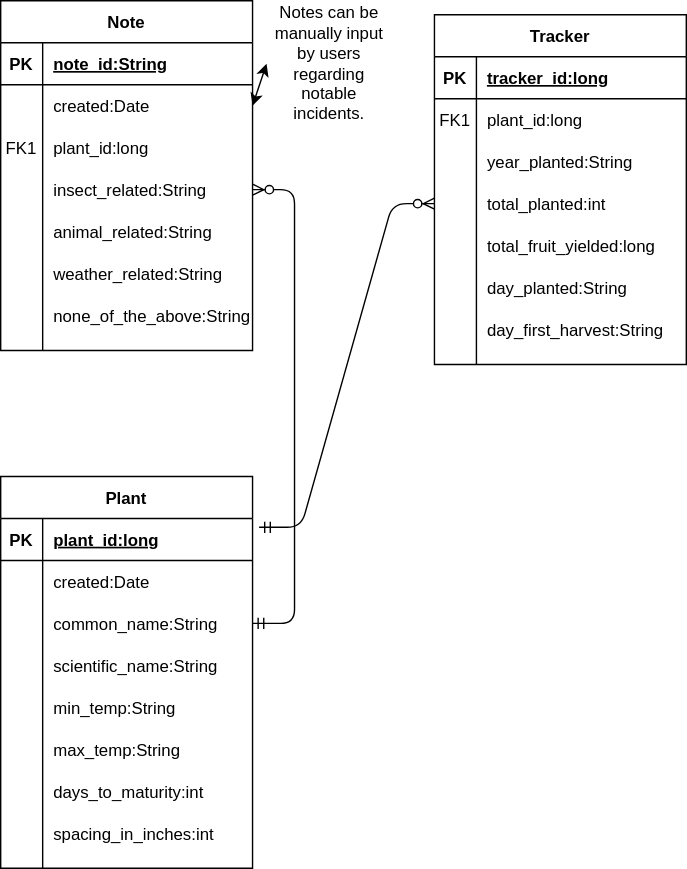
This is docs/img/erd.svg from ddc-java-12/personal-android-project-HDawson-coder, a draw.io export, as it was before one commit. Source tidied: cells renumbered, new cells last; positions are measured from the earlier drawing's top-left corner, leaving out a move shared by most shapes.
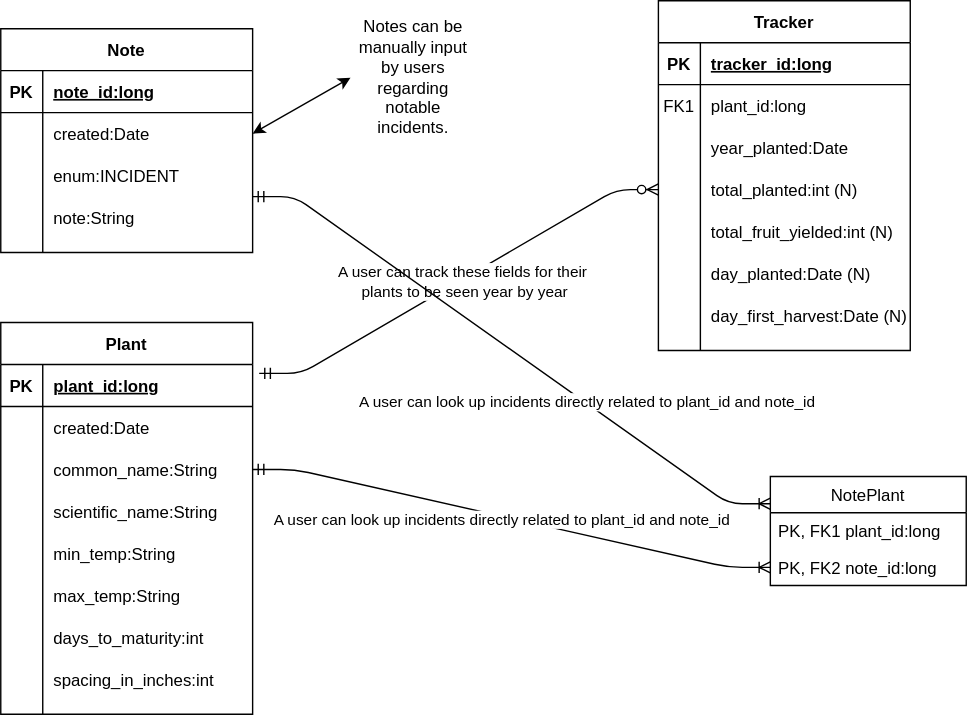
The same diagram one commit later.

Commit message:
Updated wireframe and ERD

Change to the diagram source:
```diff
@@ -3,7 +3,7 @@
     <mxCell id="0" />
     <mxCell id="1" parent="0" />
     <mxCell id="2" value="Plant" style="shape=table;startSize=30;rowLines=0;fontStyle=1;align=center;" parent="1" vertex="1">
-      <mxGeometry y="340" width="180" height="280" as="geometry" />
+      <mxGeometry y="240" width="180" height="280" as="geometry" />
     </mxCell>
     <mxCell id="3" style="shape=partialRectangle;fillColor=none;top=0;left=0;bottom=1;right=0;points=[[0,0.5],[1,0.5]];portConstraint=eastwest;" parent="2" vertex="1">
       <mxGeometry y="30" width="180" height="30" as="geometry" />
@@ -78,7 +78,7 @@
       <mxGeometry x="30" width="150" height="30" as="geometry" />
     </mxCell>
     <mxCell id="27" value="Tracker" style="shape=table;startSize=30;rowLines=0;fontStyle=1;align=center;" parent="1" vertex="1">
-      <mxGeometry x="310" y="10" width="180" height="250" as="geometry" />
+      <mxGeometry x="470" y="10" width="180" height="250" as="geometry" />
     </mxCell>
     <mxCell id="28" style="shape=partialRectangle;fillColor=none;top=0;left=0;bottom=1;right=0;" parent="27" vertex="1">
       <mxGeometry y="30" width="180" height="30" as="geometry" />
@@ -104,7 +104,7 @@
     <mxCell id="35" style="shape=partialRectangle;fillColor=none;top=0;left=0;bottom=0;right=0;overflow=hidden;" parent="34" vertex="1">
       <mxGeometry width="30" height="30" as="geometry" />
     </mxCell>
-    <mxCell id="36" value="year_planted:String" style="shape=partialRectangle;fillColor=none;top=0;left=0;bottom=0;right=0;align=left;spacingLeft=6;overflow=hidden;" parent="34" vertex="1">
+    <mxCell id="36" value="year_planted:Date " style="shape=partialRectangle;fillColor=none;top=0;left=0;bottom=0;right=0;align=left;spacingLeft=6;overflow=hidden;" parent="34" vertex="1">
       <mxGeometry x="30" width="150" height="30" as="geometry" />
     </mxCell>
     <mxCell id="37" style="shape=partialRectangle;fillColor=none;top=0;left=0;bottom=0;right=0;points=[[0,0.5],[1,0.5]];portConstraint=eastwest;" parent="27" vertex="1">
@@ -113,7 +113,7 @@
     <mxCell id="38" style="shape=partialRectangle;fillColor=none;top=0;left=0;bottom=0;right=0;overflow=hidden;" parent="37" vertex="1">
       <mxGeometry width="30" height="30" as="geometry" />
     </mxCell>
-    <mxCell id="39" value="total_planted:int" style="shape=partialRectangle;fillColor=none;top=0;left=0;bottom=0;right=0;align=left;spacingLeft=6;overflow=hidden;" parent="37" vertex="1">
+    <mxCell id="39" value="total_planted:int (N)" style="shape=partialRectangle;fillColor=none;top=0;left=0;bottom=0;right=0;align=left;spacingLeft=6;overflow=hidden;" parent="37" vertex="1">
       <mxGeometry x="30" width="150" height="30" as="geometry" />
     </mxCell>
     <mxCell id="40" style="shape=partialRectangle;fillColor=none;top=0;left=0;bottom=0;right=0;" parent="27" vertex="1">
@@ -122,7 +122,7 @@
     <mxCell id="41" style="shape=partialRectangle;fillColor=none;top=0;left=0;bottom=0;right=0;overflow=hidden;" parent="40" vertex="1">
       <mxGeometry width="30" height="30" as="geometry" />
     </mxCell>
-    <mxCell id="42" value="total_fruit_yielded:long" style="shape=partialRectangle;fillColor=none;top=0;left=0;bottom=0;right=0;align=left;spacingLeft=6;overflow=hidden;" parent="40" vertex="1">
+    <mxCell id="42" value="total_fruit_yielded:int (N)" style="shape=partialRectangle;fillColor=none;top=0;left=0;bottom=0;right=0;align=left;spacingLeft=6;overflow=hidden;" parent="40" vertex="1">
       <mxGeometry x="30" width="150" height="30" as="geometry" />
     </mxCell>
     <mxCell id="43" style="shape=partialRectangle;fillColor=none;top=0;left=0;bottom=0;right=0;" parent="27" vertex="1">
@@ -131,7 +131,7 @@
     <mxCell id="44" style="shape=partialRectangle;fillColor=none;top=0;left=0;bottom=0;right=0;overflow=hidden;" parent="43" vertex="1">
       <mxGeometry width="30" height="30" as="geometry" />
     </mxCell>
-    <mxCell id="45" value="day_planted:String" style="shape=partialRectangle;fillColor=none;top=0;left=0;bottom=0;right=0;align=left;spacingLeft=6;overflow=hidden;" parent="43" vertex="1">
+    <mxCell id="45" value="day_planted:Date (N)" style="shape=partialRectangle;fillColor=none;top=0;left=0;bottom=0;right=0;align=left;spacingLeft=6;overflow=hidden;" parent="43" vertex="1">
       <mxGeometry x="30" width="150" height="30" as="geometry" />
     </mxCell>
     <mxCell id="46" style="shape=partialRectangle;fillColor=none;top=0;left=0;bottom=0;right=0;" parent="27" vertex="1">
@@ -140,11 +140,11 @@
     <mxCell id="47" style="shape=partialRectangle;fillColor=none;top=0;left=0;bottom=0;right=0;overflow=hidden;" parent="46" vertex="1">
       <mxGeometry width="30" height="30" as="geometry" />
     </mxCell>
-    <mxCell id="48" value="day_first_harvest:String" style="shape=partialRectangle;fillColor=none;top=0;left=0;bottom=0;right=0;align=left;spacingLeft=6;overflow=hidden;" parent="46" vertex="1">
+    <mxCell id="48" value="day_first_harvest:Date (N)" style="shape=partialRectangle;fillColor=none;top=0;left=0;bottom=0;right=0;align=left;spacingLeft=6;overflow=hidden;" parent="46" vertex="1">
       <mxGeometry x="30" width="150" height="30" as="geometry" />
     </mxCell>
     <mxCell id="49" value="Note" style="shape=table;startSize=30;rowLines=0;fontStyle=1;align=center;" parent="1" vertex="1">
-      <mxGeometry width="180" height="250" as="geometry" />
+      <mxGeometry y="30" width="180" height="160" as="geometry" />
     </mxCell>
     <mxCell id="50" style="shape=partialRectangle;fillColor=none;top=0;left=0;bottom=1;right=0;" parent="49" vertex="1">
       <mxGeometry y="30" width="180" height="30" as="geometry" />
@@ -152,7 +152,7 @@
     <mxCell id="51" value="PK" style="shape=partialRectangle;fillColor=none;top=0;left=0;bottom=0;right=0;fontStyle=1;overflow=hidden;" parent="50" vertex="1">
       <mxGeometry width="30" height="30" as="geometry" />
     </mxCell>
-    <mxCell id="52" value="note_id:String" style="shape=partialRectangle;fillColor=none;top=0;left=0;bottom=0;right=0;align=left;spacingLeft=6;fontStyle=5;overflow=hidden;" parent="50" vertex="1">
+    <mxCell id="52" value="note_id:long" style="shape=partialRectangle;fillColor=none;top=0;left=0;bottom=0;right=0;align=left;spacingLeft=6;fontStyle=5;overflow=hidden;" parent="50" vertex="1">
       <mxGeometry x="30" width="150" height="30" as="geometry" />
     </mxCell>
     <mxCell id="53" style="shape=partialRectangle;fillColor=none;top=0;left=0;bottom=0;right=0;points=[[0,0.5],[1,0.5]];portConstraint=eastwest;" parent="49" vertex="1">
@@ -167,10 +167,10 @@
     <mxCell id="56" style="shape=partialRectangle;fillColor=none;top=0;left=0;bottom=0;right=0;" parent="49" vertex="1">
       <mxGeometry y="90" width="180" height="30" as="geometry" />
     </mxCell>
-    <mxCell id="57" value="FK1" style="shape=partialRectangle;fillColor=none;top=0;left=0;bottom=0;right=0;overflow=hidden;" parent="56" vertex="1">
+    <mxCell id="57" style="shape=partialRectangle;fillColor=none;top=0;left=0;bottom=0;right=0;overflow=hidden;" parent="56" vertex="1">
       <mxGeometry width="30" height="30" as="geometry" />
     </mxCell>
-    <mxCell id="58" value="plant_id:long" style="shape=partialRectangle;fillColor=none;top=0;left=0;bottom=0;right=0;align=left;spacingLeft=6;overflow=hidden;" parent="56" vertex="1">
+    <mxCell id="58" value="enum:INCIDENT" style="shape=partialRectangle;fillColor=none;top=0;left=0;bottom=0;right=0;align=left;spacingLeft=6;overflow=hidden;" parent="56" vertex="1">
       <mxGeometry x="30" width="150" height="30" as="geometry" />
     </mxCell>
     <mxCell id="59" style="shape=partialRectangle;fillColor=none;top=0;left=0;bottom=0;right=0;points=[[0,0.5],[1,0.5]];portConstraint=eastwest;" parent="49" vertex="1">
@@ -179,47 +179,45 @@
     <mxCell id="60" style="shape=partialRectangle;fillColor=none;top=0;left=0;bottom=0;right=0;overflow=hidden;" parent="59" vertex="1">
       <mxGeometry width="30" height="30" as="geometry" />
     </mxCell>
-    <mxCell id="61" value="insect_related:String" style="shape=partialRectangle;fillColor=none;top=0;left=0;bottom=0;right=0;align=left;spacingLeft=6;overflow=hidden;" parent="59" vertex="1">
+    <mxCell id="61" value="note:String" style="shape=partialRectangle;fillColor=none;top=0;left=0;bottom=0;right=0;align=left;spacingLeft=6;overflow=hidden;" parent="59" vertex="1">
       <mxGeometry x="30" width="150" height="30" as="geometry" />
     </mxCell>
-    <mxCell id="62" style="shape=partialRectangle;fillColor=none;top=0;left=0;bottom=0;right=0;" parent="49" vertex="1">
-      <mxGeometry y="150" width="180" height="30" as="geometry" />
+    <mxCell id="62" style="edgeStyle=entityRelationEdgeStyle;fontSize=12;html=1;endArrow=ERzeroToMany;startArrow=ERmandOne;exitX=1.026;exitY=0.211;exitDx=0;exitDy=0;exitPerimeter=0;entryX=0;entryY=0.5;entryDx=0;entryDy=0;" parent="1" edge="1" source="3" target="37">
+      <mxGeometry relative="1" as="geometry" />
     </mxCell>
-    <mxCell id="63" style="shape=partialRectangle;fillColor=none;top=0;left=0;bottom=0;right=0;overflow=hidden;" parent="62" vertex="1">
-      <mxGeometry width="30" height="30" as="geometry" />
+    <mxCell id="63" value="A user can track these fields for their&lt;br&gt;&amp;nbsp;plants to be seen year by year" style="edgeLabel;html=1;align=center;verticalAlign=middle;" parent="62" vertex="1">
+      <mxGeometry x="0.01" y="-1" relative="1" as="geometry" />
     </mxCell>
-    <mxCell id="64" value="animal_related:String" style="shape=partialRectangle;fillColor=none;top=0;left=0;bottom=0;right=0;align=left;spacingLeft=6;overflow=hidden;" parent="62" vertex="1">
-      <mxGeometry x="30" width="150" height="30" as="geometry" />
+    <mxCell id="64" value="Notes can be manually input by users regarding notable incidents." style="text;html=1;strokeColor=none;fillColor=none;align=center;verticalAlign=middle;whiteSpace=wrap;rounded=0;" parent="1" vertex="1">
+      <mxGeometry x="250" y="30" width="90" height="70" as="geometry" />
     </mxCell>
-    <mxCell id="65" style="shape=partialRectangle;fillColor=none;top=0;left=0;bottom=0;right=0;" parent="49" vertex="1">
-      <mxGeometry y="180" width="180" height="30" as="geometry" />
+    <mxCell id="65" style="endArrow=classic;startArrow=classic;html=1;entryX=0;entryY=0.5;entryDx=0;entryDy=0;exitX=1;exitY=0.5;exitDx=0;exitDy=0;" parent="1" edge="1" source="53" target="64">
+      <mxGeometry relative="1" as="geometry" />
     </mxCell>
-    <mxCell id="66" style="shape=partialRectangle;fillColor=none;top=0;left=0;bottom=0;right=0;overflow=hidden;" parent="65" vertex="1">
-      <mxGeometry width="30" height="30" as="geometry" />
+    <mxCell id="66" value="NotePlant" style="swimlane;fontStyle=0;horizontal=1;startSize=26;fillColor=none;" parent="1" vertex="1">
+      <mxGeometry x="550" y="350" width="140" height="78" as="geometry" />
     </mxCell>
-    <mxCell id="67" value="weather_related:String" style="shape=partialRectangle;fillColor=none;top=0;left=0;bottom=0;right=0;align=left;spacingLeft=6;overflow=hidden;" parent="65" vertex="1">
-      <mxGeometry x="30" width="150" height="30" as="geometry" />
+    <mxCell id="67" value="PK, FK1 plant_id:long" style="text;strokeColor=none;fillColor=none;align=left;verticalAlign=top;spacingLeft=4;spacingRight=4;overflow=hidden;" parent="66" vertex="1">
+      <mxGeometry y="26" width="140" height="26" as="geometry" />
     </mxCell>
-    <mxCell id="68" style="shape=partialRectangle;fillColor=none;top=0;left=0;bottom=0;right=0;points=[[0,0.5],[1,0.5]];portConstraint=eastwest;" parent="49" vertex="1">
-      <mxGeometry y="210" width="180" height="30" as="geometry" />
+    <mxCell id="68" value="PK, FK2 note_id:long" style="text;strokeColor=none;fillColor=none;align=left;verticalAlign=top;spacingLeft=4;spacingRight=4;overflow=hidden;points=[[0,0.5],[1,0.5]];portConstraint=eastwest;" parent="66" vertex="1">
+      <mxGeometry y="52" width="140" height="26" as="geometry" />
     </mxCell>
-    <mxCell id="69" style="shape=partialRectangle;fillColor=none;top=0;left=0;bottom=0;right=0;overflow=hidden;" parent="68" vertex="1">
-      <mxGeometry width="30" height="30" as="geometry" />
+    <mxCell id="69" style="edgeStyle=entityRelationEdgeStyle;fontSize=12;html=1;endArrow=ERoneToMany;startArrow=ERmandOne;exitX=1;exitY=0.5;exitDx=0;exitDy=0;entryX=0;entryY=0.5;entryDx=0;entryDy=0;" parent="1" edge="1" source="9" target="68">
+      <mxGeometry relative="1" as="geometry" />
     </mxCell>
-    <mxCell id="70" value="none_of_the_above:String" style="shape=partialRectangle;fillColor=none;top=0;left=0;bottom=0;right=0;align=left;spacingLeft=6;overflow=hidden;" parent="68" vertex="1">
-      <mxGeometry x="30" width="150" height="30" as="geometry" />
+    <mxCell id="70" value="A user can look up incidents directly related to plant_id and note_id" style="edgeLabel;html=1;align=center;verticalAlign=middle;" parent="69" vertex="1">
+      <mxGeometry x="-0.03" y="-2" relative="1" as="geometry" />
     </mxCell>
-    <mxCell id="71" style="edgeStyle=entityRelationEdgeStyle;fontSize=12;html=1;endArrow=ERzeroToMany;startArrow=ERmandOne;exitX=1.026;exitY=0.211;exitDx=0;exitDy=0;exitPerimeter=0;entryX=0;entryY=0.5;entryDx=0;entryDy=0;" parent="1" edge="1" source="3" target="37">
-      <mxGeometry relative="1" as="geometry" />
+    <mxCell id="71" style="edgeStyle=entityRelationEdgeStyle;fontSize=12;html=1;endArrow=ERoneToMany;startArrow=ERmandOne;exitX=1;exitY=0.5;exitDx=0;exitDy=0;entryX=0;entryY=0.25;entryDx=0;entryDy=0;" parent="1" edge="1" target="66">
+      <mxGeometry relative="1" as="geometry">
+        <mxPoint x="180" y="150" as="sourcePoint" />
+      </mxGeometry>
     </mxCell>
-    <mxCell id="72" style="edgeStyle=entityRelationEdgeStyle;fontSize=12;html=1;endArrow=ERzeroToMany;startArrow=ERmandOne;exitX=1;exitY=0.5;exitDx=0;exitDy=0;entryX=1;entryY=0.5;entryDx=0;entryDy=0;" parent="1" edge="1" source="9" target="59">
-      <mxGeometry relative="1" as="geometry" />
+    <mxCell id="72" value="A user can look up incidents directly related to plant_id and note_id" style="edgeLabel;html=1;align=center;verticalAlign=middle;" parent="71" vertex="1">
+      <mxGeometry x="0.29" y="2" relative="1" as="geometry">
+        <mxPoint y="1" as="offset" />
+      </mxGeometry>
     </mxCell>
-    <mxCell id="73" value="Notes can be manually input by users regarding notable incidents." style="text;html=1;strokeColor=none;fillColor=none;align=center;verticalAlign=middle;whiteSpace=wrap;rounded=0;" parent="1" vertex="1">
-      <mxGeometry x="190" y="10" width="90" height="70" as="geometry" />
-    </mxCell>
-    <mxCell id="74" style="endArrow=classic;startArrow=classic;html=1;entryX=0;entryY=0.5;entryDx=0;entryDy=0;exitX=1;exitY=0.5;exitDx=0;exitDy=0;" parent="1" edge="1" source="53" target="73">
-      <mxGeometry relative="1" as="geometry" />
-    </mxCell>
   </root>
 </mxGraphModel>
```
